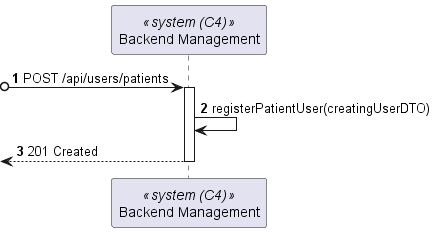
Above: docs/BackofficeUserResetPassword/views/level2/process-view.png in Lapr5G21/sem5pi-24-25-3ddg21 (PlantUML), before the change. The source it was exported from:
```plantuml
@startuml

autonumber
participant SYS as "Backend Management" <<system (C4)>>

?o-> SYS : POST /api/users/patients
activate SYS

SYS -> SYS : registerPatientUser(creatingUserDTO)
<-- SYS : 201 Created
deactivate SYS


@enduml
```
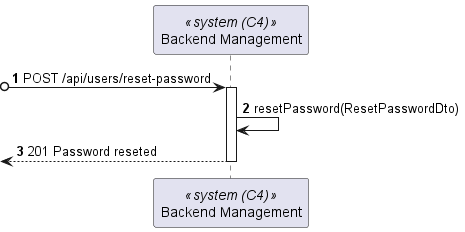
After the commit.

Commit message:
Complete Reset password Diagrams

The edit, as a diff of the source:
```diff
@@ -3,11 +3,11 @@
 autonumber
 participant SYS as "Backend Management" <<system (C4)>>
 
-?o-> SYS : POST /api/users/patients
+?o-> SYS : POST /api/users/reset-password
 activate SYS
 
-SYS -> SYS : registerPatientUser(creatingUserDTO)
-<-- SYS : 201 Created
+SYS -> SYS : resetPassword(ResetPasswordDto)
+<-- SYS : 201 Password reseted
 deactivate SYS
 
 
```
